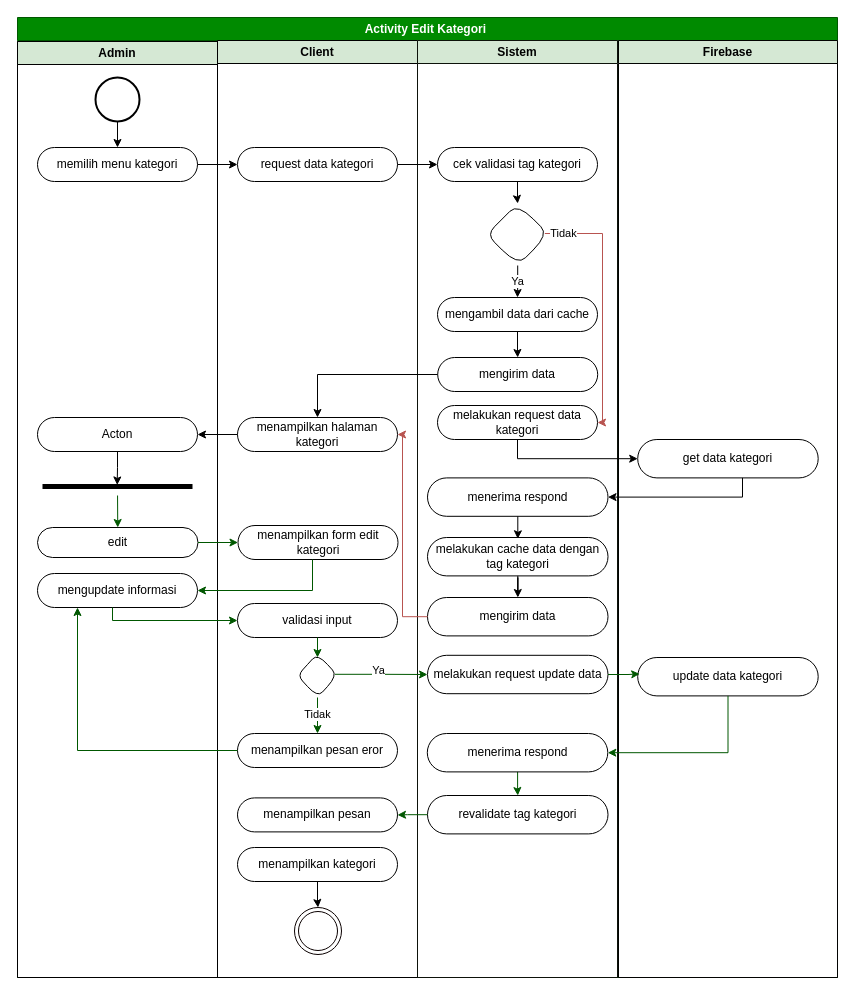
This is page "activity edit kategori" (17 of 43) of skrpsian.drawio from ThikerXCX/umltoko, a draw.io file, before an edit. Source tidied: cells renumbered, new cells numbered last; positions are measured from the earlier drawing's top-left corner, leaving out a move shared by most shapes. Both pictures are drawn from the tidied source at 100%, with x=0, y=0 at pixel (17, 17).
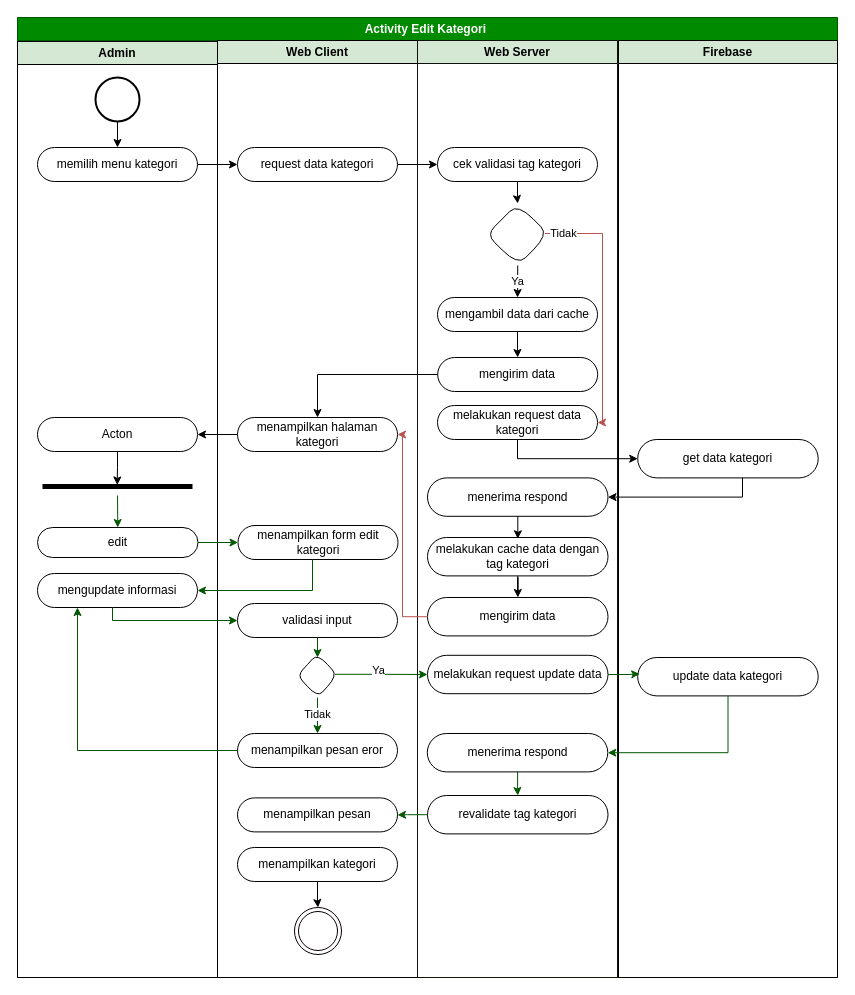
Above is the later version.

Unchanged cells that the change refers to:
```xml
<mxCell id="2" value="Activity Edit Kategori&amp;nbsp;" style="swimlane;whiteSpace=wrap;html=1;fillColor=#008a00;strokeColor=#005700;fontColor=#ffffff;" parent="1" vertex="1">
  <mxGeometry width="820" height="960" as="geometry" />
</mxCell>
```

Change to the diagram source:
```diff
@@
-    <mxCell id="13" value="Client" style="swimlane;whiteSpace=wrap;html=1;fillColor=#d5e8d4;startSize=23;strokeColor=#000000;" parent="2" vertex="1">
+    <mxCell id="13" value="Web Client" style="swimlane;whiteSpace=wrap;html=1;fillColor=#d5e8d4;startSize=23;strokeColor=#000000;" parent="2" vertex="1">
       <mxGeometry x="200" y="23" width="200" height="937" as="geometry" />
     </mxCell>
@@
-    <mxCell id="37" value="Sistem" style="swimlane;whiteSpace=wrap;html=1;fillColor=#d5e8d4;startSize=23;strokeColor=#0D120A;" parent="2" vertex="1">
+    <mxCell id="37" value="Web Server" style="swimlane;whiteSpace=wrap;html=1;fillColor=#d5e8d4;startSize=23;strokeColor=#0D120A;" parent="2" vertex="1">
       <mxGeometry x="400" y="23" width="200" height="937" as="geometry" />
     </mxCell>
```
